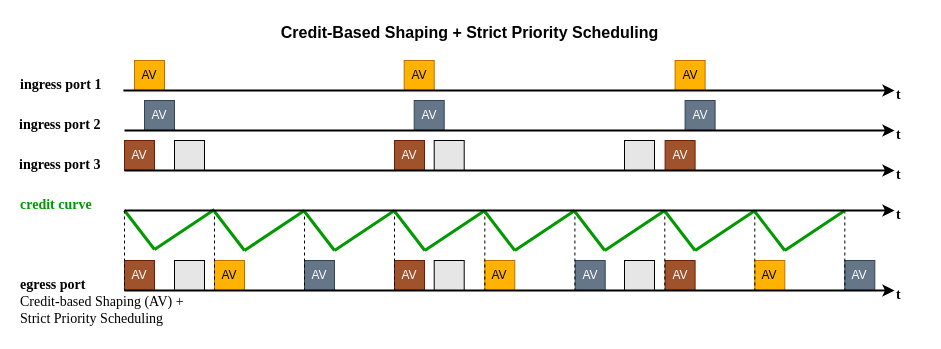
Earlier version of the draw.io diagram static/images/traffic-shaping-qav.drawio (avb-academy/avb_academy). Source tidied: cells renumbered, new cells numbered last; positions are measured from the earlier drawing's top-left corner, leaving out a move shared by most shapes. Both pictures are drawn from the tidied source at 100%, with x=0, y=0 at pixel (17, 17).
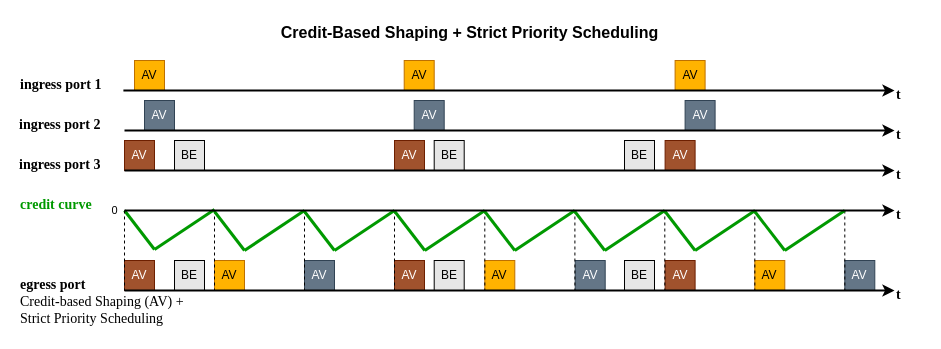
The same diagram, later.

The edit, as a diff of the source:
```diff
@@
-    <mxCell id="2" style="rounded=0;whiteSpace=wrap;html=1;fillColor=#E6E6E6;fontColor=#ffffff;strokeColor=#000000;fillStyle=solid;" parent="1" vertex="1">
+    <mxCell id="2" value="BE" style="rounded=0;whiteSpace=wrap;html=1;fillColor=#E6E6E6;fontColor=default;strokeColor=#000000;fillStyle=solid;" parent="1" vertex="1">
       <mxGeometry x="157" y="243" width="30" height="30" as="geometry" />
     </mxCell>
-    <mxCell id="3" style="rounded=0;whiteSpace=wrap;html=1;fillColor=#E6E6E6;fontColor=#ffffff;strokeColor=#000000;fillStyle=solid;" parent="1" vertex="1">
+    <mxCell id="3" value="BE" style="rounded=0;whiteSpace=wrap;html=1;fillColor=#E6E6E6;fontColor=default;strokeColor=#000000;fillStyle=solid;" parent="1" vertex="1">
       <mxGeometry x="416.7" y="243" width="30" height="30" as="geometry" />
     </mxCell>
-    <mxCell id="4" style="rounded=0;whiteSpace=wrap;html=1;fillColor=#E6E6E6;fontColor=#ffffff;strokeColor=#000000;fillStyle=solid;" parent="1" vertex="1">
+    <mxCell id="4" value="BE" style="rounded=0;whiteSpace=wrap;html=1;fillColor=#E6E6E6;fontColor=default;strokeColor=#000000;fillStyle=solid;" parent="1" vertex="1">
       <mxGeometry x="607" y="243" width="30" height="30" as="geometry" />
     </mxCell>
-    <mxCell id="5" style="rounded=0;whiteSpace=wrap;html=1;fillColor=#E6E6E6;fontColor=#ffffff;strokeColor=#000000;fillStyle=solid;" parent="1" vertex="1">
+    <mxCell id="5" value="BE" style="rounded=0;whiteSpace=wrap;html=1;fillColor=#E6E6E6;fontColor=default;strokeColor=#000000;fillStyle=solid;" parent="1" vertex="1">
       <mxGeometry x="157" y="123" width="30" height="30" as="geometry" />
     </mxCell>
-    <mxCell id="6" style="rounded=0;whiteSpace=wrap;html=1;fillColor=#E6E6E6;fontColor=#ffffff;strokeColor=#000000;fillStyle=solid;" parent="1" vertex="1">
+    <mxCell id="6" value="BE" style="rounded=0;whiteSpace=wrap;html=1;fillColor=#E6E6E6;fontColor=default;strokeColor=#000000;fillStyle=solid;" parent="1" vertex="1">
       <mxGeometry x="416.7" y="123" width="30" height="30" as="geometry" />
     </mxCell>
-    <mxCell id="7" style="rounded=0;whiteSpace=wrap;html=1;fillColor=#E6E6E6;fontColor=#ffffff;strokeColor=#000000;fillStyle=solid;" parent="1" vertex="1">
+    <mxCell id="7" value="BE" style="rounded=0;whiteSpace=wrap;html=1;fillColor=#E6E6E6;fontColor=default;strokeColor=#000000;fillStyle=solid;" parent="1" vertex="1">
       <mxGeometry x="607" y="123" width="30" height="30" as="geometry" />
     </mxCell>
@@
-    <mxCell id="66" style="endArrow=classic;html=1;rounded=0;strokeColor=default;fontColor=#FFFFFF;labelBackgroundColor=none;strokeWidth=2;" parent="1" edge="1">
-      <mxGeometry relative="1" as="geometry">
+    <mxCell id="66" value="0" style="endArrow=classic;html=1;rounded=0;strokeColor=default;fontColor=default;labelBackgroundColor=none;strokeWidth=2;" parent="1" edge="1">
+      <mxGeometry x="-1" y="-10" relative="1" as="geometry">
         <mxPoint x="107" y="193" as="sourcePoint" />
         <mxPoint x="877" y="193" as="targetPoint" />
+        <mxPoint x="-10" y="-10" as="offset" />
       </mxGeometry>
     </mxCell>
```
